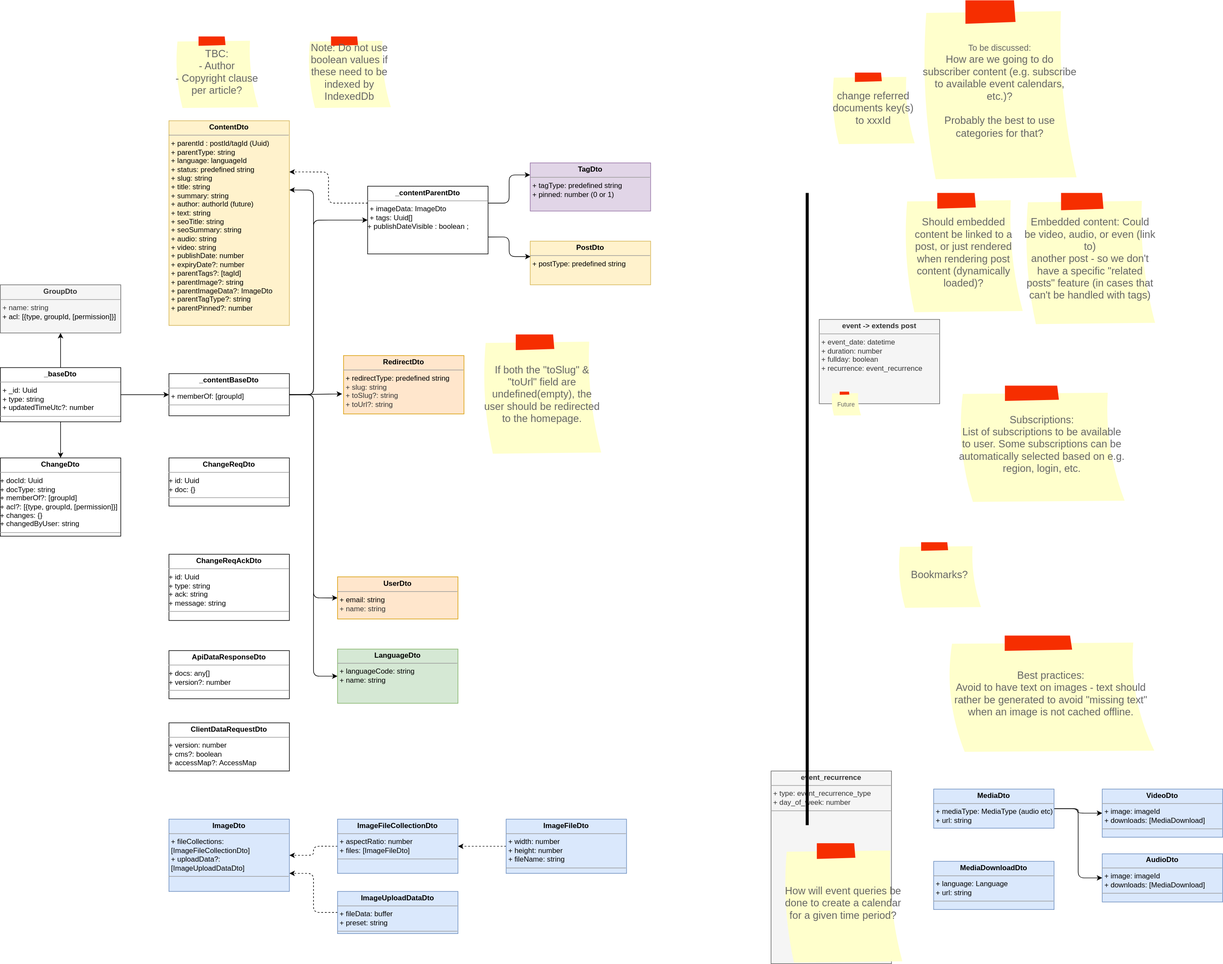
bccsa/luminary keeps this draw.io diagram as docs/datamodel.drawio.svg. Above is the earlier version. Source tidied: cells renumbered, new cells last; positions are measured from the earlier drawing's top-left corner, leaving out a move shared by most shapes.
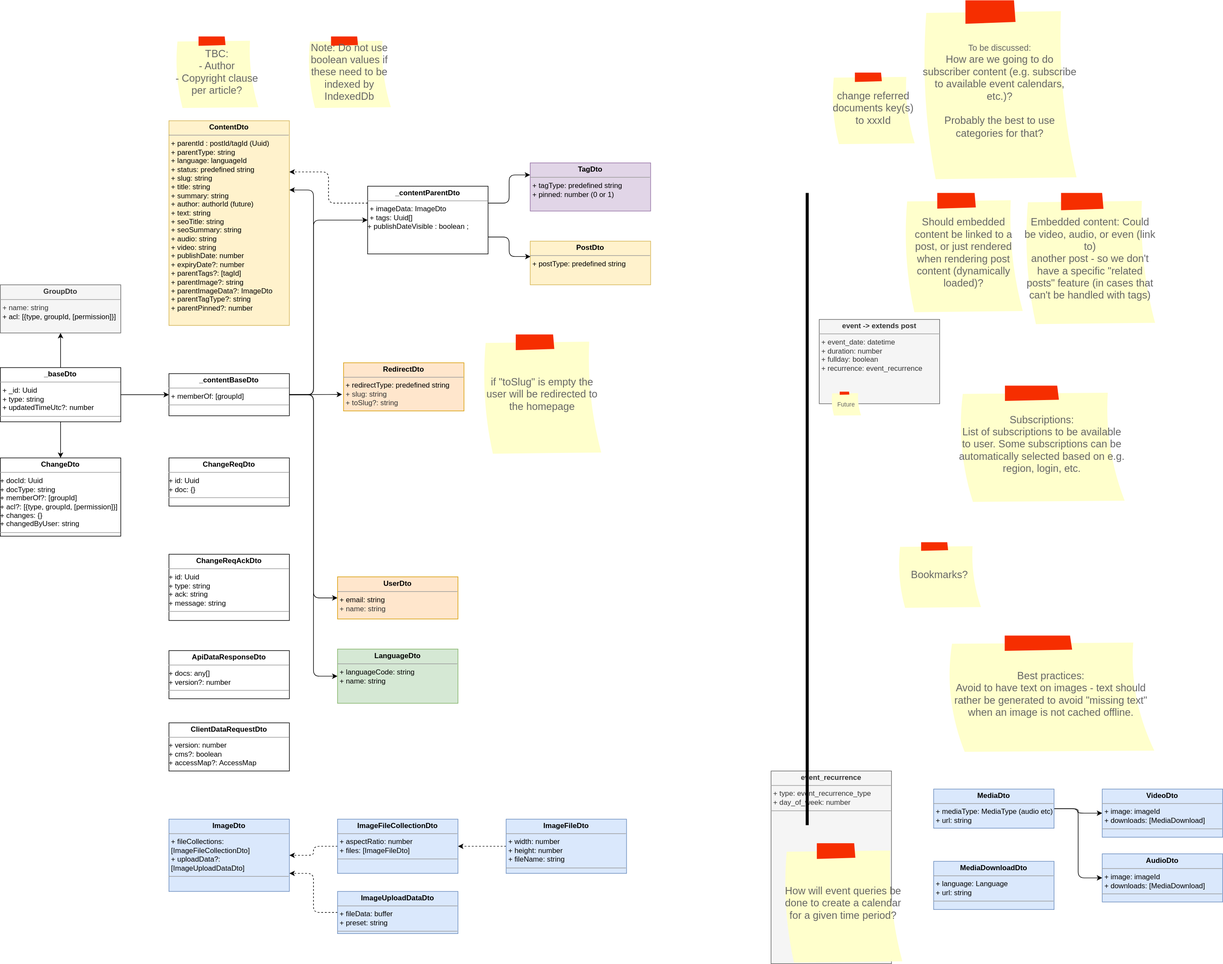
The same diagram one commit later.

Commit message:
Update shared lib RedirectDto & datamodel

The edit, as a diff of the source:
```diff
@@ -172,10 +172,10 @@
     <mxCell id="53" value="Note: Do not use boolean values if these need to be indexed by IndexedDb" style="strokeWidth=1;shadow=0;dashed=0;align=center;html=1;shape=mxgraph.mockup.text.stickyNote2;fontColor=#666666;mainText=;fontSize=17;whiteSpace=wrap;fillColor=#ffffcc;strokeColor=#F62E00;" parent="1" vertex="1">
       <mxGeometry x="510" y="60" width="140" height="120" as="geometry" />
     </mxCell>
-    <mxCell id="54" value="&lt;p style=&quot;margin:0px;margin-top:4px;text-align:center;&quot;&gt;&lt;b&gt;RedirectDto&lt;/b&gt;&lt;/p&gt;&lt;hr size=&quot;1&quot;&gt;&lt;p style=&quot;margin:0px;margin-left:4px;&quot;&gt;&lt;span style=&quot;background-color: initial;&quot;&gt;+ redirectType: predefined string&lt;/span&gt;&lt;/p&gt;&lt;p style=&quot;margin:0px;margin-left:4px;&quot;&gt;&lt;span style=&quot;color: rgb(51, 51, 51);&quot;&gt;+ slug: string&lt;/span&gt;&lt;span style=&quot;background-color: initial;&quot;&gt;&lt;br&gt;&lt;/span&gt;&lt;/p&gt;&lt;p style=&quot;margin:0px;margin-left:4px;&quot;&gt;&lt;span style=&quot;color: rgb(51, 51, 51);&quot;&gt;+ toSlug?: string&lt;/span&gt;&lt;/p&gt;&lt;p style=&quot;margin:0px;margin-left:4px;&quot;&gt;&lt;span style=&quot;color: rgb(51, 51, 51);&quot;&gt;+ toUrl?: string&lt;/span&gt;&lt;/p&gt;" style="verticalAlign=top;align=left;overflow=fill;fontSize=12;fontFamily=Helvetica;html=1;whiteSpace=wrap;fillColor=#ffe6cc;strokeColor=#d79b00;" parent="1" vertex="1">
-      <mxGeometry x="570" y="590" width="200" height="97" as="geometry" />
+    <mxCell id="54" value="&lt;p style=&quot;margin:0px;margin-top:4px;text-align:center;&quot;&gt;&lt;b&gt;RedirectDto&lt;/b&gt;&lt;/p&gt;&lt;hr size=&quot;1&quot;&gt;&lt;p style=&quot;margin:0px;margin-left:4px;&quot;&gt;&lt;span style=&quot;background-color: initial;&quot;&gt;+ redirectType: predefined string&lt;/span&gt;&lt;/p&gt;&lt;p style=&quot;margin:0px;margin-left:4px;&quot;&gt;&lt;span style=&quot;color: rgb(51, 51, 51);&quot;&gt;+ slug: string&lt;/span&gt;&lt;span style=&quot;background-color: initial;&quot;&gt;&lt;br&gt;&lt;/span&gt;&lt;/p&gt;&lt;p style=&quot;margin:0px;margin-left:4px;&quot;&gt;&lt;span style=&quot;color: rgb(51, 51, 51);&quot;&gt;+ toSlug?: string&lt;/span&gt;&lt;/p&gt;" style="verticalAlign=top;align=left;overflow=fill;fontSize=12;fontFamily=Helvetica;html=1;whiteSpace=wrap;fillColor=#ffe6cc;strokeColor=#d79b00;" parent="1" vertex="1">
+      <mxGeometry x="570" y="602" width="200" height="80" as="geometry" />
     </mxCell>
-    <mxCell id="55" value="If both the &quot;toSlug&quot; &amp;amp; &quot;toUrl&quot; field are undefined(empty), the user should be redirected to the homepage." style="strokeWidth=1;shadow=0;dashed=0;align=center;html=1;shape=mxgraph.mockup.text.stickyNote2;fontColor=#666666;mainText=;fontSize=17;whiteSpace=wrap;fillColor=#ffffcc;strokeColor=#F62E00;" parent="1" vertex="1">
+    <mxCell id="55" value="if &quot;toSlug&quot; is empty the user will be redirected to the homepage" style="strokeWidth=1;shadow=0;dashed=0;align=center;html=1;shape=mxgraph.mockup.text.stickyNote2;fontColor=#666666;mainText=;fontSize=17;whiteSpace=wrap;fillColor=#ffffcc;strokeColor=#F62E00;" parent="1" vertex="1">
       <mxGeometry x="800" y="555" width="200" height="200" as="geometry" />
     </mxCell>
   </root>
```
